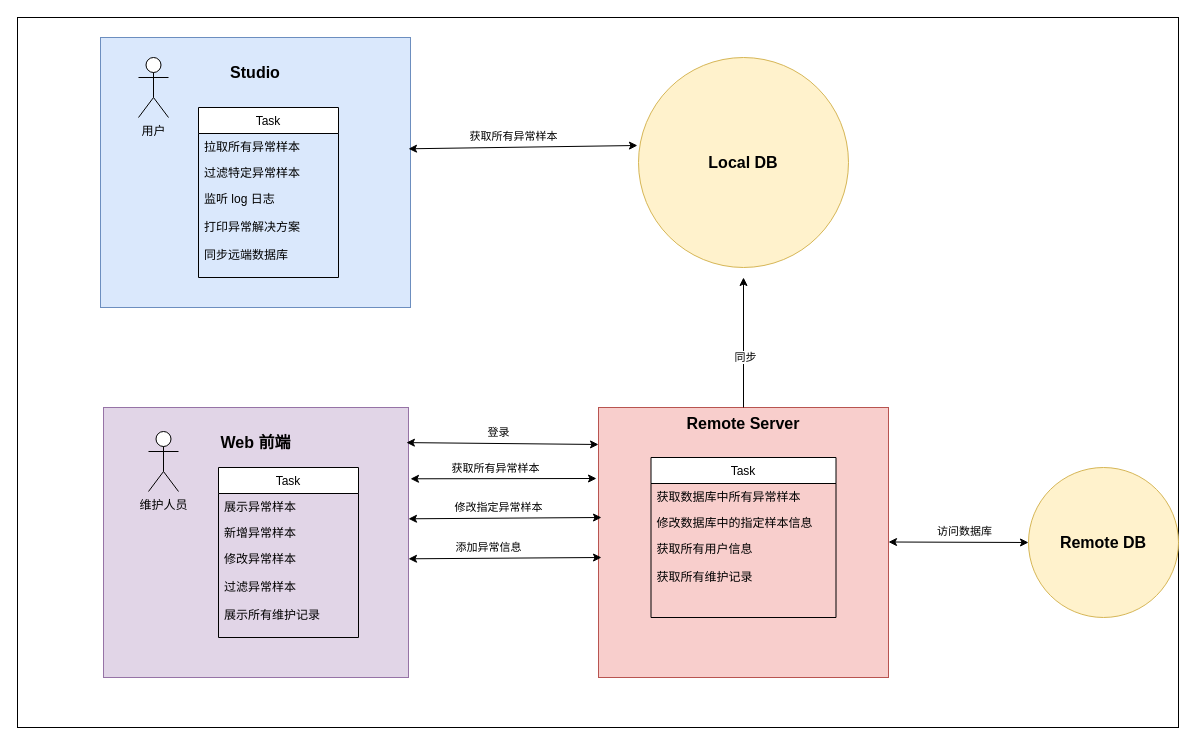
ErikChanGit/Draw.io keeps this draw.io diagram as 在线诊断辅助系统.drawio. Above is the earlier version. Source tidied: cells renumbered, new cells numbered last; positions are measured from the earlier drawing's top-left corner, leaving out a move shared by most shapes. Both pictures are drawn from the tidied source at 100%, with x=0, y=0 at pixel (17, 17).
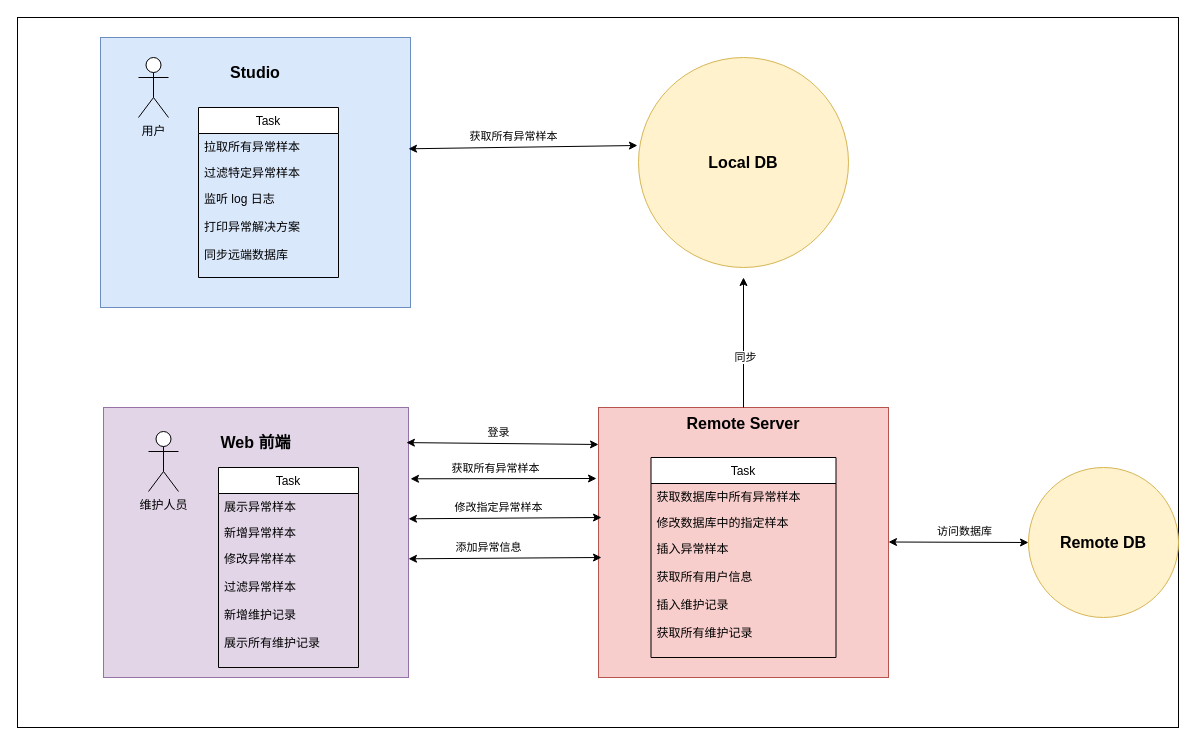
After the change.

Commit message (it also covers changes not shown here):
更新在线诊断辅助系统.drawio

Diff of the diagram source:
```diff
@@
     <mxCell id="26" value="Task" style="swimlane;fontStyle=0;horizontal=1;startSize=26;align=center;verticalAlign=top;" parent="1" vertex="1">
-      <mxGeometry x="201" y="450" width="140" height="170" as="geometry" />
+      <mxGeometry x="201" y="450" width="140" height="200" as="geometry" />
     </mxCell>
@@
-    <mxCell id="29" value="修改异常样本&#10;&#10;过滤异常样本&#10;&#10;展示所有维护记录" style="text;strokeColor=none;fillColor=none;align=left;verticalAlign=top;spacingLeft=4;spacingRight=4;overflow=hidden;" parent="26" vertex="1">
-      <mxGeometry y="78" width="140" height="92" as="geometry" />
+    <mxCell id="29" value="修改异常样本&#10;&#10;过滤异常样本&#10;&#10;新增维护记录&#10;&#10;展示所有维护记录" style="text;strokeColor=none;fillColor=none;align=left;verticalAlign=top;spacingLeft=4;spacingRight=4;overflow=hidden;" parent="26" vertex="1">
+      <mxGeometry y="78" width="140" height="122" as="geometry" />
     </mxCell>
     <mxCell id="30" value="Task" style="swimlane;fontStyle=0;horizontal=1;startSize=26;align=center;verticalAlign=top;" parent="1" vertex="1">
-      <mxGeometry x="633.5" y="440" width="185" height="160" as="geometry" />
+      <mxGeometry x="633.5" y="440" width="185" height="200" as="geometry" />
     </mxCell>
@@
-    <mxCell id="32" value="修改数据库中的指定样本信息" style="text;strokeColor=none;fillColor=none;align=left;verticalAlign=top;spacingLeft=4;spacingRight=4;overflow=hidden;" parent="30" vertex="1">
+    <mxCell id="32" value="修改数据库中的指定样本" style="text;strokeColor=none;fillColor=none;align=left;verticalAlign=top;spacingLeft=4;spacingRight=4;overflow=hidden;" parent="30" vertex="1">
       <mxGeometry y="52" width="185" height="26" as="geometry" />
     </mxCell>
-    <mxCell id="33" value="获取所有用户信息&#10;&#10;获取所有维护记录" style="text;strokeColor=none;fillColor=none;align=left;verticalAlign=top;spacingLeft=4;spacingRight=4;overflow=hidden;" parent="30" vertex="1">
-      <mxGeometry y="78" width="185" height="82" as="geometry" />
+    <mxCell id="33" value="插入异常样本&#10;&#10;获取所有用户信息&#10;&#10;插入维护记录&#10;&#10;获取所有维护记录" style="text;strokeColor=none;fillColor=none;align=left;verticalAlign=top;spacingLeft=4;spacingRight=4;overflow=hidden;" parent="30" vertex="1">
+      <mxGeometry y="78" width="185" height="122" as="geometry" />
     </mxCell>
```
